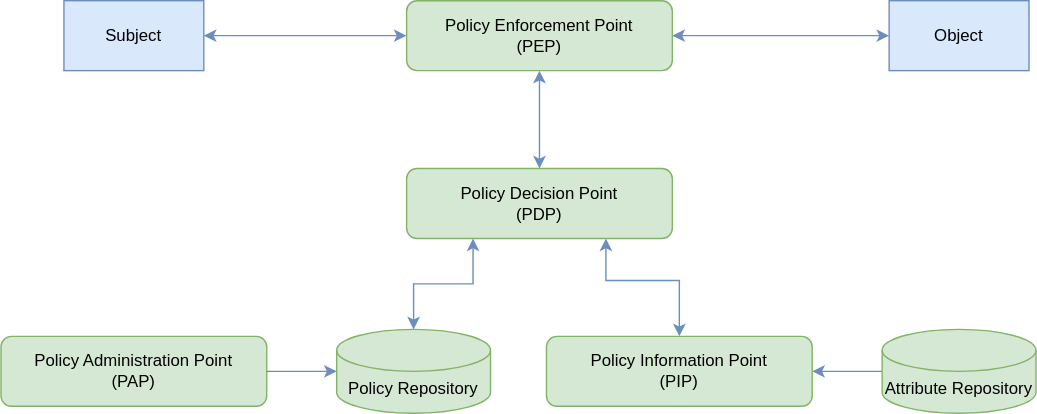
The draw.io diagram assets/Authorization_Reference_Architecture.svg in dadrus/CheatSheetSeries, before a commit. Source tidied: cells renumbered, new cells last; positions are measured from the earlier drawing's top-left corner, leaving out a move shared by most shapes.
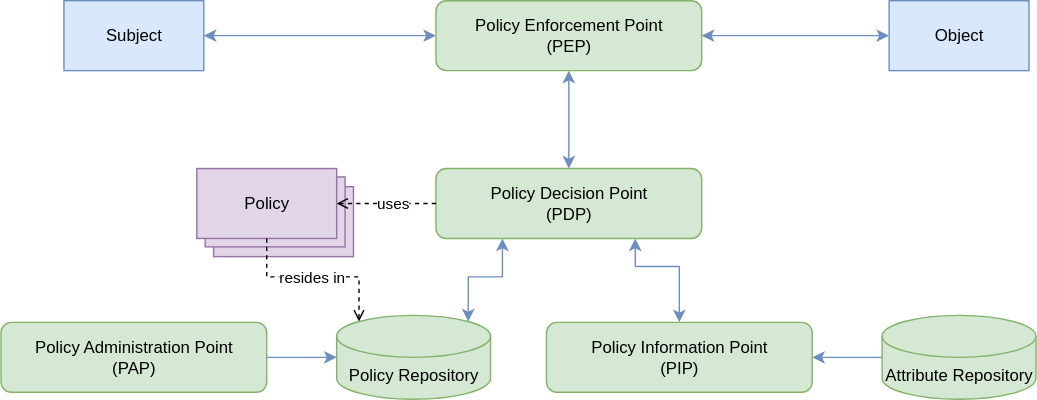
The same diagram one commit later.

The edit, as a diff of the source:
```diff
@@ -9,27 +9,27 @@
       <mxGeometry relative="1" as="geometry" />
     </mxCell>
     <mxCell id="4" value="&lt;div&gt;Policy Enforcement Point&lt;/div&gt;(PEP)" style="rounded=1;whiteSpace=wrap;html=1;fillColor=#d5e8d4;strokeColor=#82b366;" parent="1" vertex="1">
-      <mxGeometry x="290" width="190" height="50" as="geometry" />
+      <mxGeometry x="311" y="10" width="190" height="50" as="geometry" />
     </mxCell>
     <mxCell id="5" style="edgeStyle=orthogonalEdgeStyle;rounded=0;jettySize=auto;html=1;entryX=0;entryY=0.5;entryDx=0;entryDy=0;startArrow=classic;startFill=1;fillColor=#dae8fc;strokeColor=#6c8ebf;" parent="1" edge="1" source="6" target="4">
       <mxGeometry relative="1" as="geometry" />
     </mxCell>
     <mxCell id="6" value="Subject" style="rounded=0;whiteSpace=wrap;html=1;fillColor=#dae8fc;strokeColor=#6c8ebf;" parent="1" vertex="1">
-      <mxGeometry x="45" width="100" height="50" as="geometry" />
+      <mxGeometry x="45" y="10" width="100" height="50" as="geometry" />
     </mxCell>
     <mxCell id="7" value="Object" style="rounded=0;whiteSpace=wrap;html=1;fillColor=#dae8fc;strokeColor=#6c8ebf;" parent="1" vertex="1">
-      <mxGeometry x="635" width="100" height="50" as="geometry" />
+      <mxGeometry x="635" y="10" width="100" height="50" as="geometry" />
     </mxCell>
     <mxCell id="8" style="edgeStyle=orthogonalEdgeStyle;rounded=0;jettySize=auto;html=1;entryX=0.5;entryY=0;entryDx=0;entryDy=0;exitX=0.75;exitY=1;exitDx=0;exitDy=0;startArrow=classic;startFill=1;fillColor=#dae8fc;strokeColor=#6c8ebf;" parent="1" edge="1" source="9" target="11">
       <mxGeometry relative="1" as="geometry">
         <Array as="points">
-          <mxPoint x="433" y="200" />
+          <mxPoint x="454" y="200" />
           <mxPoint x="485" y="200" />
         </Array>
       </mxGeometry>
     </mxCell>
     <mxCell id="9" value="&lt;div&gt;Policy Decision Point&lt;/div&gt;(PDP)" style="rounded=1;whiteSpace=wrap;html=1;fillColor=#d5e8d4;strokeColor=#82b366;" parent="1" vertex="1">
-      <mxGeometry x="290" y="120" width="190" height="50" as="geometry" />
+      <mxGeometry x="311" y="130" width="190" height="50" as="geometry" />
     </mxCell>
     <mxCell id="10" style="edgeStyle=orthogonalEdgeStyle;rounded=0;jettySize=auto;html=1;startArrow=classic;startFill=1;endArrow=none;fillColor=#dae8fc;strokeColor=#6c8ebf;" parent="1" edge="1" source="11" target="14">
       <mxGeometry relative="1" as="geometry" />
@@ -46,11 +46,36 @@
     <mxCell id="14" value="Attribute Repository" style="shape=cylinder3;whiteSpace=wrap;html=1;boundedLbl=1;backgroundOutline=1;size=15;fillColor=#d5e8d4;strokeColor=#82b366;" parent="1" vertex="1">
       <mxGeometry x="630" y="235" width="110" height="60" as="geometry" />
     </mxCell>
-    <mxCell id="15" style="edgeStyle=orthogonalEdgeStyle;rounded=0;jettySize=auto;html=1;entryX=0.5;entryY=0;entryDx=0;entryDy=0;entryPerimeter=0;exitX=0.25;exitY=1;exitDx=0;exitDy=0;startArrow=classic;startFill=1;fillColor=#dae8fc;strokeColor=#6c8ebf;" parent="1" edge="1" source="9" target="13">
+    <mxCell id="15" style="edgeStyle=orthogonalEdgeStyle;rounded=0;jettySize=auto;html=1;entryX=0.855;entryY=0;entryDx=0;entryDy=4.35;entryPerimeter=0;exitX=0.25;exitY=1;exitDx=0;exitDy=0;startArrow=classic;startFill=1;fillColor=#dae8fc;strokeColor=#6c8ebf;" parent="1" edge="1" source="9" target="13">
       <mxGeometry relative="1" as="geometry" />
     </mxCell>
     <mxCell id="16" style="edgeStyle=orthogonalEdgeStyle;rounded=0;jettySize=auto;html=1;entryX=0;entryY=0.5;entryDx=0;entryDy=0;entryPerimeter=0;fillColor=#dae8fc;strokeColor=#6c8ebf;" parent="1" edge="1" source="12" target="13">
       <mxGeometry relative="1" as="geometry" />
     </mxCell>
+    <mxCell id="17" value="Policy" style="rounded=0;whiteSpace=wrap;html=1;fillColor=#e1d5e7;strokeColor=#9673a6;" parent="1" vertex="1">
+      <mxGeometry x="152" y="143" width="100" height="50" as="geometry" />
+    </mxCell>
+    <mxCell id="18" value="Policy" style="rounded=0;whiteSpace=wrap;html=1;fillColor=#e1d5e7;strokeColor=#9673a6;" parent="1" vertex="1">
+      <mxGeometry x="146" y="136" width="100" height="50" as="geometry" />
+    </mxCell>
+    <mxCell id="19" value="Policy" style="rounded=0;whiteSpace=wrap;html=1;fillColor=#e1d5e7;strokeColor=#9673a6;" parent="1" vertex="1">
+      <mxGeometry x="140" y="130" width="100" height="50" as="geometry" />
+    </mxCell>
+    <mxCell id="20" style="edgeStyle=orthogonalEdgeStyle;rounded=0;jettySize=auto;html=1;entryX=0.145;entryY=0;entryDx=0;entryDy=4.35;entryPerimeter=0;dashed=1;endArrow=open;endFill=0;" parent="1" edge="1" source="19" target="13">
+      <mxGeometry relative="1" as="geometry" />
+    </mxCell>
+    <mxCell id="21" value="resides in" style="edgeLabel;html=1;align=center;verticalAlign=middle;" parent="20" vertex="1">
+      <mxGeometry x="-0.19" y="-1" relative="1" as="geometry">
+        <mxPoint x="9" y="-1" as="offset" />
+      </mxGeometry>
+    </mxCell>
+    <mxCell id="22" style="edgeStyle=orthogonalEdgeStyle;rounded=0;jettySize=auto;html=1;entryX=1;entryY=0.5;entryDx=0;entryDy=0;dashed=1;endArrow=open;endFill=0;" parent="1" edge="1" source="9" target="19">
+      <mxGeometry relative="1" as="geometry" />
+    </mxCell>
+    <mxCell id="23" value="uses" style="edgeLabel;html=1;align=center;verticalAlign=middle;" parent="22" vertex="1">
+      <mxGeometry x="-0.16" y="5" relative="1" as="geometry">
+        <mxPoint x="-2" y="-6" as="offset" />
+      </mxGeometry>
+    </mxCell>
   </root>
 </mxGraphModel>
```
